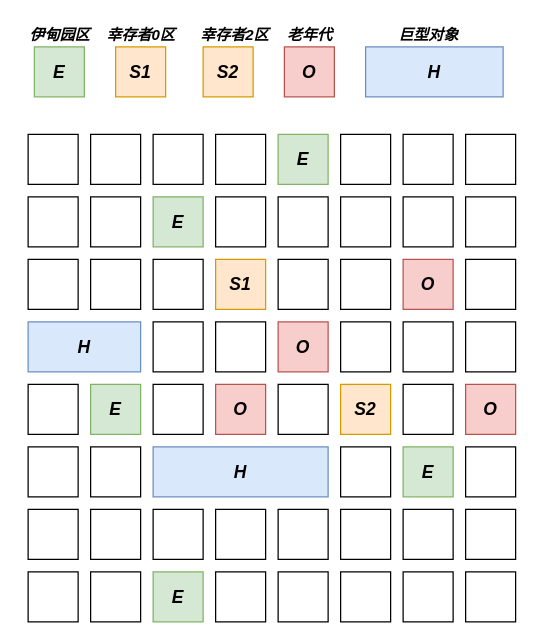
Bukayoooo/Draws keeps this draw.io diagram as G1.drawio. Above is the earlier version. Source tidied: cells renumbered, new cells numbered last; positions are measured from the earlier drawing's top-left corner, leaving out a move shared by most shapes. Both pictures are drawn from the tidied source at 125%, with x=0, y=0 at pixel (21, 21).
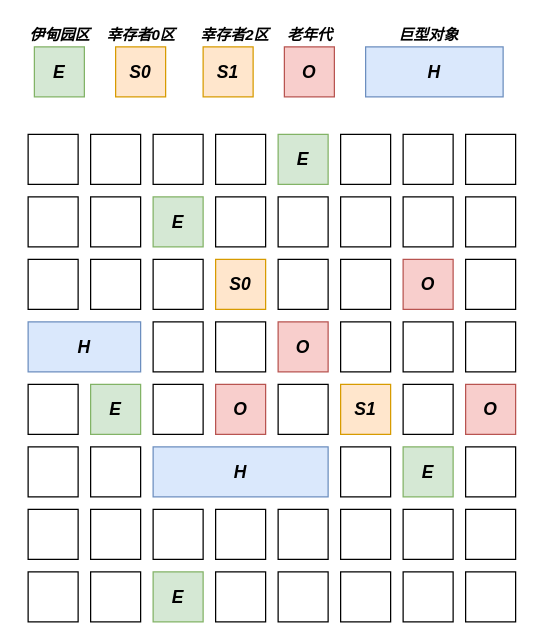
The same diagram, later.

The edit, as a diff of the source:
```diff
@@
-    <mxCell id="20" value="&lt;font style=&quot;font-size: 14px;&quot;&gt;&lt;b&gt;&lt;i&gt;S1&lt;/i&gt;&lt;/b&gt;&lt;/font&gt;" style="whiteSpace=wrap;html=1;fillColor=#ffe6cc;strokeColor=#d79b00;" parent="1" vertex="1">
+    <mxCell id="20" value="&lt;font style=&quot;font-size: 14px;&quot;&gt;&lt;b&gt;&lt;i&gt;S0&lt;/i&gt;&lt;/b&gt;&lt;/font&gt;" style="whiteSpace=wrap;html=1;fillColor=#ffe6cc;strokeColor=#d79b00;" parent="1" vertex="1">
       <mxGeometry x="155" y="190" width="40" height="40" as="geometry" />
     </mxCell>
@@
-    <mxCell id="33" value="&lt;b style=&quot;font-size: 14px;&quot;&gt;&lt;i&gt;S2&lt;/i&gt;&lt;/b&gt;" style="whiteSpace=wrap;html=1;fillColor=#ffe6cc;strokeColor=#d79b00;" parent="1" vertex="1">
+    <mxCell id="33" value="&lt;b style=&quot;font-size: 14px;&quot;&gt;&lt;i&gt;S1&lt;/i&gt;&lt;/b&gt;" style="whiteSpace=wrap;html=1;fillColor=#ffe6cc;strokeColor=#d79b00;" parent="1" vertex="1">
       <mxGeometry x="255" y="290" width="40" height="40" as="geometry" />
     </mxCell>
@@
-    <mxCell id="56" value="&lt;font style=&quot;font-size: 14px;&quot;&gt;&lt;b&gt;&lt;i&gt;S1&lt;/i&gt;&lt;/b&gt;&lt;/font&gt;" style="whiteSpace=wrap;html=1;fillColor=#ffe6cc;strokeColor=#d79b00;" parent="1" vertex="1">
+    <mxCell id="56" value="&lt;font style=&quot;font-size: 14px;&quot;&gt;&lt;b&gt;&lt;i&gt;S0&lt;/i&gt;&lt;/b&gt;&lt;/font&gt;" style="whiteSpace=wrap;html=1;fillColor=#ffe6cc;strokeColor=#d79b00;" parent="1" vertex="1">
       <mxGeometry x="75" y="20" width="40" height="40" as="geometry" />
     </mxCell>
@@
-    <mxCell id="58" value="&lt;font style=&quot;font-size: 14px;&quot;&gt;&lt;b&gt;&lt;i&gt;S2&lt;/i&gt;&lt;/b&gt;&lt;/font&gt;" style="whiteSpace=wrap;html=1;fillColor=#ffe6cc;strokeColor=#d79b00;" parent="1" vertex="1">
+    <mxCell id="58" value="&lt;font style=&quot;font-size: 14px;&quot;&gt;&lt;b&gt;&lt;i&gt;S1&lt;/i&gt;&lt;/b&gt;&lt;/font&gt;" style="whiteSpace=wrap;html=1;fillColor=#ffe6cc;strokeColor=#d79b00;" parent="1" vertex="1">
       <mxGeometry x="145" y="20" width="40" height="40" as="geometry" />
     </mxCell>
```
